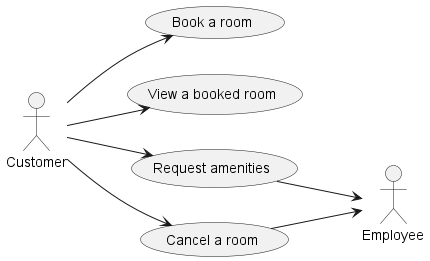
The PlantUML diagram UML/CustomerUC.png in notkaramel/ECSE321-Mar1HotelSystem, before a commit. Its diagram source:
```plantuml
@startuml CustomerUC
left to right direction

:Customer: as customer
:Employee: as employee

(Book a room) as UC1
(View a booked room) as UC2
(Request amenities) as UC3
(Cancel a room) as UC4

customer --> UC1
customer --> UC2
customer --> UC3
customer --> UC4
UC3 --> employee
UC4 --> employee



@enduml
```
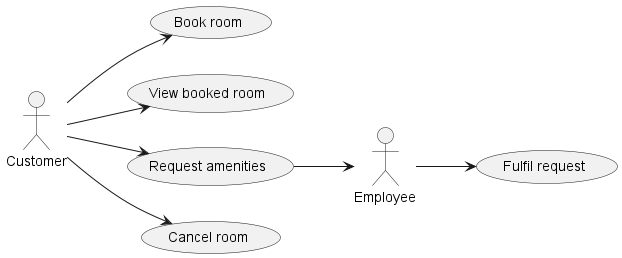
After the commit.

Commit message:
updated the customer UC (employee)

What changed in the source:
```diff
@@ -4,17 +4,19 @@
 :Customer: as customer
 :Employee: as employee
 
-(Book a room) as UC1
-(View a booked room) as UC2
+(Book room) as UC1
+(View booked room) as UC2
 (Request amenities) as UC3
-(Cancel a room) as UC4
+(Cancel room) as UC4
+(Fulfil request) as UC5
 
 customer --> UC1
 customer --> UC2
 customer --> UC3
 customer --> UC4
 UC3 --> employee
-UC4 --> employee
+employee --> UC5
+
 
 
 
```
